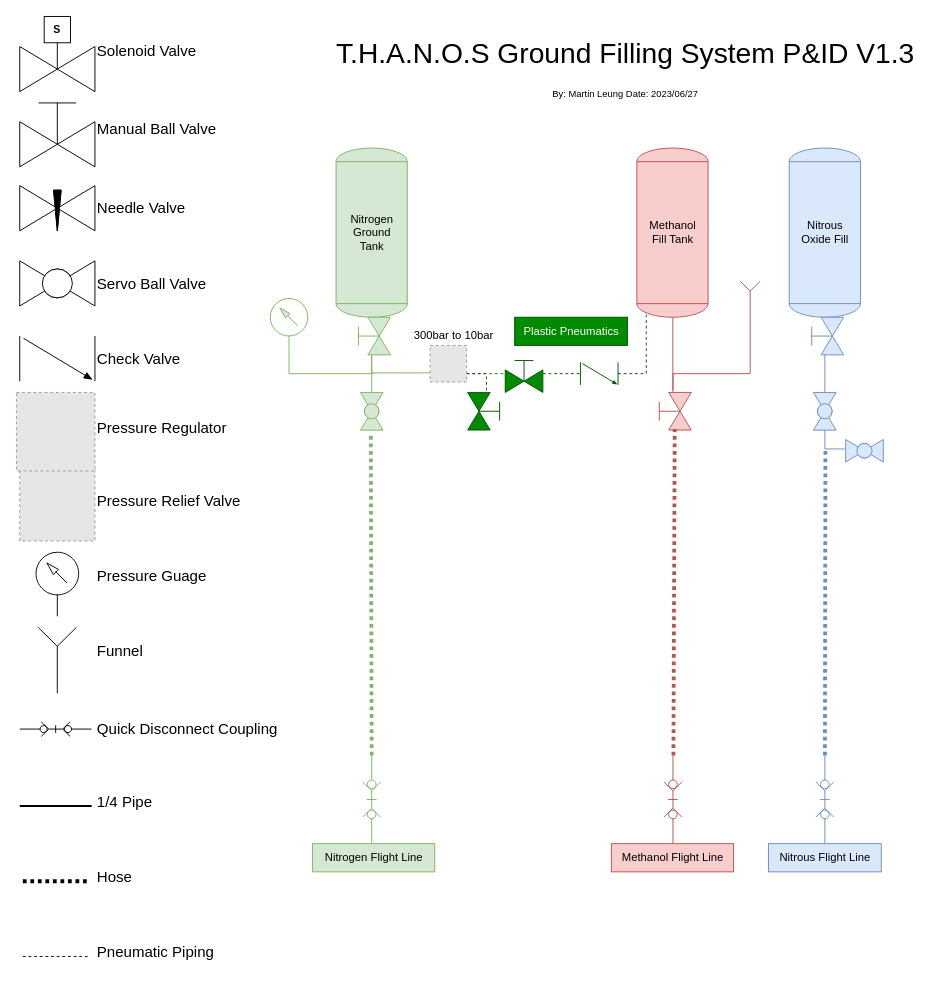
This is GroundSystems.drawio from icl-rocketry/Propulsion-PIDs, a draw.io file, before an edit. Source tidied: cells renumbered, new cells numbered last; positions are measured from the earlier drawing's top-left corner, leaving out a move shared by most shapes. Both pictures are drawn from the tidied source at 94%, with x=0, y=0 at pixel (16, 16). Pictures stored in the file or linked from it are replaced by grey dashed boxes.
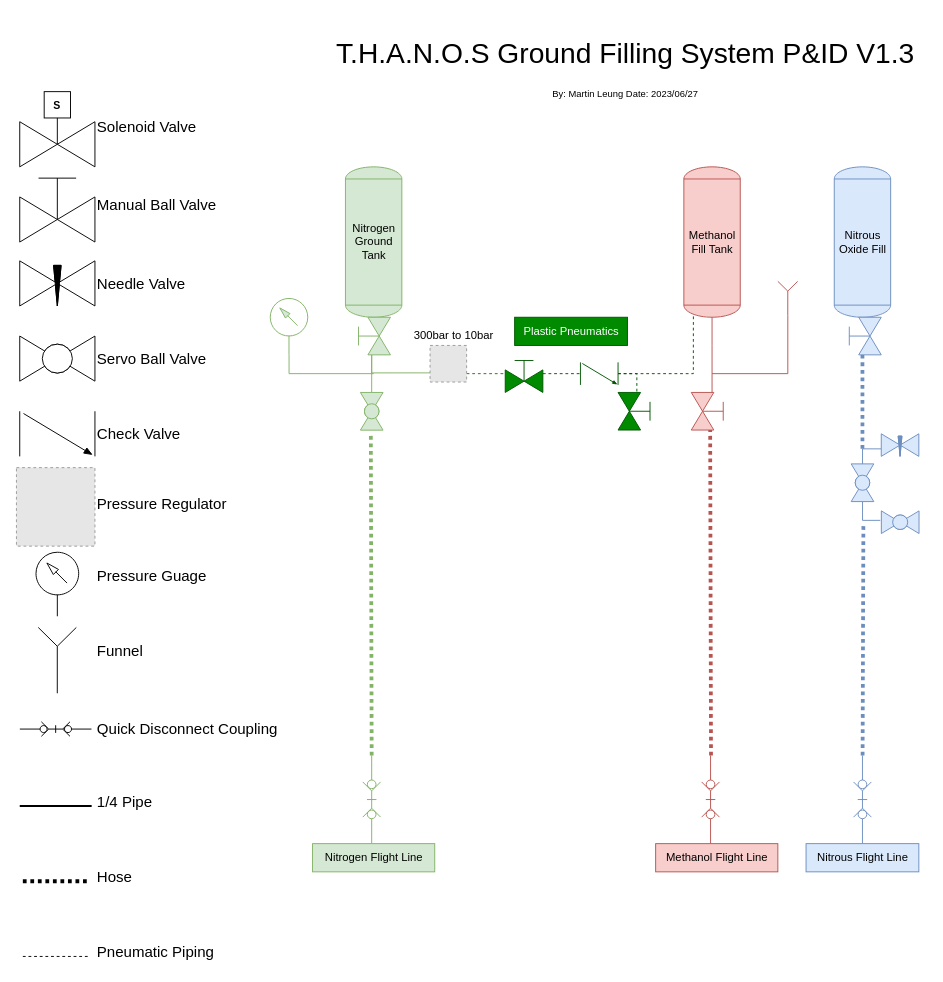
Above is the later version.

Unchanged cells that the change refers to:
```xml
<mxCell id="20" style="verticalLabelPosition=bottom;align=center;html=1;verticalAlign=top;dashed=0;shape=mxgraph.pid2valves.valve;valveType=check;rotation=0;fillColor=#008a00;strokeColor=#005700;fontColor=#ffffff;" parent="1" vertex="1">
  <mxGeometry x="600" y="368" width="40" height="24" as="geometry" />
</mxCell>
<mxCell id="24" style="fillColor=#E6E6E6;strokeColor=#999999;dashed=1;verticalLabelPosition=bottom;labelBackgroundColor=default;verticalAlign=top;" parent="1" vertex="1">
  <mxGeometry x="440" y="350" width="38.9" height="38.9" as="geometry" />
</mxCell>
```

The edit, as a diff of the source:
```diff
@@
+    <mxCell id="66" style="edgeStyle=orthogonalEdgeStyle;rounded=0;jettySize=auto;html=1;endArrow=none;endFill=0;fillColor=#f8cecc;strokeColor=#b85450;" parent="1" edge="1" source="2">
+      <mxGeometry relative="1" as="geometry">
+        <mxPoint x="740" y="380" as="targetPoint" />
+      </mxGeometry>
+    </mxCell>
     <mxCell id="2" value="Methanol&lt;br&gt;Fill Tank" style="shape=mxgraph.pid.vessels.tank;html=1;align=center;verticalLabelPosition=middle;verticalAlign=middle;dashed=0;labelPosition=center;fillColor=#f8cecc;strokeColor=#b85450;" parent="1" vertex="1">
-      <mxGeometry x="660" y="140" width="75.8" height="180" as="geometry" />
+      <mxGeometry x="710" y="160" width="60" height="160" as="geometry" />
     </mxCell>
     <mxCell id="3" value="Nitrous&lt;br&gt;Oxide Fill" style="shape=mxgraph.pid.vessels.tank;html=1;align=center;verticalLabelPosition=middle;verticalAlign=middle;dashed=0;labelPosition=center;fillColor=#dae8fc;strokeColor=#6c8ebf;" parent="1" vertex="1">
-      <mxGeometry x="822.1" y="140" width="75.8" height="180" as="geometry" />
+      <mxGeometry x="870" y="160" width="60" height="160" as="geometry" />
     </mxCell>
     <mxCell id="4" style="verticalLabelPosition=bottom;align=center;html=1;verticalAlign=top;dashed=0;shape=mxgraph.pid2valves.valve;valveType=check;rotation=0;" parent="1" vertex="1">
-      <mxGeometry x="3.5" y="340" width="80" height="48" as="geometry" />
+      <mxGeometry x="3.5" y="420" width="80" height="48" as="geometry" />
     </mxCell>
     <mxCell id="5" style="verticalLabelPosition=bottom;align=center;html=1;verticalAlign=top;dashed=0;shape=mxgraph.pid2valves.valve;valveType=gate;actuator=solenoid;rotation=0;" parent="1" vertex="1">
-      <mxGeometry x="3.5" width="80" height="80" as="geometry" />
+      <mxGeometry x="3.5" y="80" width="80" height="80" as="geometry" />
     </mxCell>
@@
     <mxCell id="7" value="Solenoid Valve" style="text;html=1;align=left;verticalAlign=middle;fontSize=16;" parent="1" vertex="1">
-      <mxGeometry x="83.5" y="21.9" width="130" height="30" as="geometry" />
+      <mxGeometry x="83.5" y="101.9" width="130" height="30" as="geometry" />
     </mxCell>
     <mxCell id="8" value="Pressure Regulator" style="text;html=1;align=left;verticalAlign=middle;fontSize=16;" parent="1" vertex="1">
-      <mxGeometry x="83.5" y="423" width="160" height="30" as="geometry" />
+      <mxGeometry x="83.5" y="503" width="160" height="30" as="geometry" />
     </mxCell>
@@
     <mxCell id="10" value="Nitrogen&lt;br&gt;Ground&lt;br&gt;Tank" style="shape=mxgraph.pid.vessels.tank;html=1;align=center;verticalLabelPosition=middle;verticalAlign=middle;dashed=0;labelPosition=center;fillColor=#d5e8d4;strokeColor=#82b366;" parent="1" vertex="1">
-      <mxGeometry x="340" y="140" width="75.8" height="180" as="geometry" />
+      <mxGeometry x="350" y="160" width="60" height="160" as="geometry" />
     </mxCell>
@@
-    <mxCell id="17" style="edgeStyle=orthogonalEdgeStyle;rounded=0;orthogonalLoop=1;jettySize=auto;html=1;endArrow=none;endFill=0;fillColor=#f8cecc;strokeColor=#b85450;" parent="1" edge="1">
-      <mxGeometry relative="1" as="geometry">
-        <mxPoint x="698.3" y="400" as="sourcePoint" />
-        <mxPoint x="698.3" y="320" as="targetPoint" />
-      </mxGeometry>
-    </mxCell>
-    <mxCell id="18" style="verticalLabelPosition=bottom;align=center;html=1;verticalAlign=top;dashed=0;shape=mxgraph.pid2valves.valve;valveType=gate;actuator=man;rotation=-90;fillColor=#f8cecc;strokeColor=#b85450;" parent="1" vertex="1">
-      <mxGeometry x="677.9" y="400" width="40" height="40" as="geometry" />
+    <mxCell id="18" style="verticalLabelPosition=bottom;align=center;html=1;verticalAlign=top;dashed=0;shape=mxgraph.pid2valves.valve;valveType=gate;actuator=man;rotation=90;fillColor=#f8cecc;strokeColor=#b85450;" parent="1" vertex="1">
+      <mxGeometry x="717.9" y="400" width="40" height="40" as="geometry" />
     </mxCell>
-    <mxCell id="19" style="edgeStyle=orthogonalEdgeStyle;rounded=0;jettySize=auto;html=1;endArrow=none;endFill=0;entryX=0.127;entryY=0.979;entryDx=0;entryDy=0;entryPerimeter=0;fillColor=#008a00;strokeColor=#005700;dashed=1;" parent="1" edge="1" source="20" target="2">
+    <mxCell id="19" style="edgeStyle=orthogonalEdgeStyle;rounded=0;jettySize=auto;html=1;endArrow=none;endFill=0;fillColor=#008a00;strokeColor=#005700;dashed=1;entryX=0.169;entryY=0.994;entryDx=0;entryDy=0;entryPerimeter=0;" parent="1" edge="1" source="20" target="2">
       <mxGeometry relative="1" as="geometry">
         <Array as="points">
-          <mxPoint x="670" y="380" />
-          <mxPoint x="670" y="318" />
-          <mxPoint x="670" y="318" />
+          <mxPoint x="720" y="380" />
         </Array>
       </mxGeometry>
     </mxCell>
+    <mxCell id="67" style="edgeStyle=orthogonalEdgeStyle;rounded=0;jettySize=auto;html=1;entryX=0;entryY=0.5;entryDx=0;entryDy=0;entryPerimeter=0;fillColor=#008a00;strokeColor=#005700;endArrow=none;endFill=0;dashed=1;" parent="1" edge="1" source="20" target="65">
+      <mxGeometry relative="1" as="geometry">
+        <Array as="points">
+          <mxPoint x="660" y="380" />
+        </Array>
+      </mxGeometry>
+    </mxCell>
@@
+    <mxCell id="68" style="edgeStyle=orthogonalEdgeStyle;rounded=0;jettySize=auto;html=1;endArrow=none;endFill=0;fillColor=#dae8fc;strokeColor=#6c8ebf;dashed=1;dashPattern=1 1;strokeWidth=4;" parent="1" edge="1" source="21">
+      <mxGeometry relative="1" as="geometry">
+        <mxPoint x="900" y="460" as="targetPoint" />
+      </mxGeometry>
+    </mxCell>
     <mxCell id="21" style="verticalLabelPosition=bottom;align=center;html=1;verticalAlign=top;dashed=0;shape=mxgraph.pid2valves.valve;valveType=gate;actuator=man;rotation=-90;fillColor=#dae8fc;strokeColor=#6c8ebf;" parent="1" vertex="1">
-      <mxGeometry x="840" y="320" width="40" height="40" as="geometry" />
+      <mxGeometry x="880" y="320" width="40" height="40" as="geometry" />
     </mxCell>
@@
-    <mxCell id="23" style="edgeStyle=orthogonalEdgeStyle;rounded=0;jettySize=auto;html=1;endArrow=none;endFill=0;fillColor=#008a00;strokeColor=#005700;dashed=1;" parent="1" edge="1" source="24">
-      <mxGeometry relative="1" as="geometry">
-        <mxPoint x="500" y="400" as="targetPoint" />
-        <Array as="points">
-          <mxPoint x="500" y="380" />
-        </Array>
-      </mxGeometry>
-    </mxCell>
@@
-    <mxCell id="27" style="edgeStyle=orthogonalEdgeStyle;rounded=0;jettySize=auto;html=1;entryX=1.063;entryY=0.516;entryDx=0;entryDy=0;entryPerimeter=0;fillColor=#f8cecc;strokeColor=#b85450;endArrow=none;endFill=0;" parent="1" edge="1" source="28" target="18">
+    <mxCell id="27" style="edgeStyle=orthogonalEdgeStyle;rounded=0;jettySize=auto;html=1;fillColor=#f8cecc;strokeColor=#b85450;endArrow=none;endFill=0;" parent="1" edge="1" source="28">
       <mxGeometry relative="1" as="geometry">
+        <mxPoint x="740" y="400" as="targetPoint" />
         <Array as="points">
-          <mxPoint x="781" y="380" />
-          <mxPoint x="699" y="380" />
+          <mxPoint x="821" y="380" />
+          <mxPoint x="740" y="380" />
         </Array>
       </mxGeometry>
     </mxCell>
     <mxCell id="28" style="verticalLabelPosition=bottom;align=center;dashed=0;html=1;verticalAlign=top;shape=mxgraph.pid.fittings.funnel;fillColor=#f8cecc;strokeColor=#b85450;" parent="1" vertex="1">
-      <mxGeometry x="770" y="281.8" width="21.1" height="36.4" as="geometry" />
+      <mxGeometry x="810" y="281.8" width="21.1" height="36.4" as="geometry" />
     </mxCell>
-    <mxCell id="29" style="edgeStyle=orthogonalEdgeStyle;rounded=0;jettySize=auto;html=1;endArrow=none;endFill=0;fillColor=#dae8fc;strokeColor=#6c8ebf;" parent="1" edge="1" source="21" target="31">
-      <mxGeometry relative="1" as="geometry" />
-    </mxCell>
     <mxCell id="30" style="edgeStyle=orthogonalEdgeStyle;rounded=0;jettySize=auto;html=1;entryX=1.028;entryY=0.582;entryDx=0;entryDy=0;entryPerimeter=0;endArrow=none;endFill=0;fillColor=#dae8fc;strokeColor=#6c8ebf;" parent="1" edge="1" source="31" target="52">
       <mxGeometry relative="1" as="geometry">
         <Array as="points">
-          <mxPoint x="860.1" y="460" />
+          <mxPoint x="900.2" y="536" />
         </Array>
       </mxGeometry>
     </mxCell>
+    <mxCell id="69" style="edgeStyle=orthogonalEdgeStyle;rounded=0;jettySize=auto;html=1;entryX=0;entryY=0.667;entryDx=0;entryDy=0;entryPerimeter=0;endArrow=none;endFill=0;fillColor=#dae8fc;strokeColor=#6c8ebf;" parent="1" edge="1" source="31" target="70">
+      <mxGeometry relative="1" as="geometry">
+        <Array as="points">
+          <mxPoint x="900" y="460" />
+        </Array>
+      </mxGeometry>
+    </mxCell>
     <mxCell id="31" style="verticalLabelPosition=bottom;align=center;html=1;verticalAlign=top;dashed=0;shape=mxgraph.pid2valves.valve;valveType=ball;rotation=-90;fillColor=#dae8fc;strokeColor=#6c8ebf;" parent="1" vertex="1">
-      <mxGeometry x="839.9" y="408" width="40.1" height="24.1" as="geometry" />
+      <mxGeometry x="880" y="484" width="40.1" height="24.1" as="geometry" />
     </mxCell>
@@
     <mxCell id="33" style="verticalLabelPosition=bottom;html=1;verticalAlign=top;fillColor=#f8cecc;align=center;shape=mxgraph.fluid_power.x11740;strokeColor=#b85450;" parent="1" vertex="1">
-      <mxGeometry x="688.9" y="786.2" width="19" height="93.8" as="geometry" />
+      <mxGeometry x="728.9" y="786.2" width="19" height="93.8" as="geometry" />
     </mxCell>
     <mxCell id="34" style="verticalLabelPosition=bottom;html=1;verticalAlign=top;fillColor=#dae8fc;align=center;outlineConnect=0;shape=mxgraph.fluid_power.x11740;points=[[0.5,0,0],[0.5,1,0]];strokeColor=#6c8ebf;" parent="1" vertex="1">
-      <mxGeometry x="850.5" y="786.2" width="19" height="93.8" as="geometry" />
+      <mxGeometry x="890.5" y="786.2" width="19" height="93.8" as="geometry" />
     </mxCell>
     <mxCell id="35" style="verticalLabelPosition=bottom;align=center;html=1;verticalAlign=top;dashed=0;shape=mxgraph.pid2valves.valve;valveType=gate;actuator=man;rotation=0;" parent="1" vertex="1">
-      <mxGeometry x="3.5" y="80" width="80" height="80" as="geometry" />
+      <mxGeometry x="3.5" y="160" width="80" height="80" as="geometry" />
     </mxCell>
@@
-    <mxCell id="37" style="fillColor=#E6E6E6;strokeColor=#999999;dashed=1;verticalLabelPosition=bottom;labelBackgroundColor=default;verticalAlign=top;" parent="1" vertex="1">
-      <mxGeometry x="3.5" y="478" width="80" height="80" as="geometry" />
-    </mxCell>
     <mxCell id="38" style="verticalLabelPosition=bottom;align=center;html=1;verticalAlign=top;dashed=0;shape=mxgraph.pid2valves.valve;valveType=ball;rotation=0;" parent="1" vertex="1">
-      <mxGeometry x="3.5" y="260" width="80" height="48" as="geometry" />
+      <mxGeometry x="3.5" y="340" width="80" height="48" as="geometry" />
     </mxCell>
     <mxCell id="39" style="fillColor=#E6E6E6;strokeColor=#999999;dashed=1;verticalLabelPosition=bottom;labelBackgroundColor=default;verticalAlign=top;" parent="1" vertex="1">
-      <mxGeometry y="400" width="83.5" height="83.5" as="geometry" />
+      <mxGeometry y="480" width="83.5" height="83.5" as="geometry" />
     </mxCell>
@@
     <mxCell id="41" style="verticalLabelPosition=bottom;align=center;html=1;verticalAlign=top;dashed=0;shape=mxgraph.pid2valves.valve;valveType=needle;rotation=0;" parent="1" vertex="1">
-      <mxGeometry x="3.5" y="180" width="80" height="48" as="geometry" />
+      <mxGeometry x="3.5" y="260" width="80" height="48" as="geometry" />
     </mxCell>
@@
-    <mxCell id="47" value="Pressure Relief Valve" style="text;html=1;align=left;verticalAlign=middle;fontSize=16;" parent="1" vertex="1">
-      <mxGeometry x="83.5" y="500" width="180" height="30" as="geometry" />
-    </mxCell>
     <mxCell id="48" value="Check Valve" style="text;html=1;align=left;verticalAlign=middle;fontSize=16;" parent="1" vertex="1">
-      <mxGeometry x="83.5" y="349" width="110" height="30" as="geometry" />
+      <mxGeometry x="83.5" y="429" width="110" height="30" as="geometry" />
     </mxCell>
     <mxCell id="49" value="Servo Ball Valve" style="text;html=1;align=left;verticalAlign=middle;fontSize=16;" parent="1" vertex="1">
-      <mxGeometry x="83.5" y="269" width="140" height="30" as="geometry" />
+      <mxGeometry x="83.5" y="349" width="140" height="30" as="geometry" />
     </mxCell>
     <mxCell id="50" value="Needle Valve" style="text;html=1;align=left;verticalAlign=middle;fontSize=16;" parent="1" vertex="1">
-      <mxGeometry x="83.5" y="189" width="120" height="30" as="geometry" />
+      <mxGeometry x="83.5" y="269" width="120" height="30" as="geometry" />
     </mxCell>
     <mxCell id="51" value="Manual Ball Valve" style="text;html=1;align=left;verticalAlign=middle;fontSize=16;" parent="1" vertex="1">
-      <mxGeometry x="83.5" y="105" width="150" height="30" as="geometry" />
+      <mxGeometry x="83.5" y="185" width="150" height="30" as="geometry" />
     </mxCell>
     <mxCell id="52" style="verticalLabelPosition=bottom;align=center;html=1;verticalAlign=top;dashed=0;shape=mxgraph.pid2valves.valve;valveType=ball;rotation=-180;fillColor=#dae8fc;strokeColor=#6c8ebf;" parent="1" vertex="1">
-      <mxGeometry x="882.1" y="450" width="40.1" height="24.1" as="geometry" />
+      <mxGeometry x="920.1" y="526" width="40.1" height="24.1" as="geometry" />
     </mxCell>
@@
     <mxCell id="56" value="Methanol Flight Line" style="text;html=1;align=center;verticalAlign=middle;strokeColor=#b85450;fillColor=#f8cecc;" parent="1" vertex="1">
-      <mxGeometry x="632.9" y="880" width="130" height="30" as="geometry" />
+      <mxGeometry x="680" y="880" width="130" height="30" as="geometry" />
     </mxCell>
     <mxCell id="57" value="Nitrous Flight Line" style="text;html=1;align=center;verticalAlign=middle;strokeColor=#6c8ebf;fillColor=#dae8fc;" parent="1" vertex="1">
-      <mxGeometry x="800" y="880" width="120" height="30" as="geometry" />
+      <mxGeometry x="840" y="880" width="120" height="30" as="geometry" />
     </mxCell>
@@
-    <mxCell id="59" style="endArrow=none;dashed=1;html=1;rounded=0;entryX=0.029;entryY=0.559;entryDx=0;entryDy=0;entryPerimeter=0;exitX=0.5;exitY=0;exitDx=0;exitDy=0;exitPerimeter=0;strokeWidth=4;dashPattern=1 1;fillColor=#f8cecc;strokeColor=#b85450;" parent="1" edge="1" target="18">
+    <mxCell id="59" style="endArrow=none;dashed=1;html=1;rounded=0;exitX=0.5;exitY=0;exitDx=0;exitDy=0;exitPerimeter=0;strokeWidth=4;dashPattern=1 1;fillColor=#f8cecc;strokeColor=#b85450;" parent="1" edge="1">
       <mxGeometry relative="1" as="geometry">
-        <mxPoint x="698.9" y="786.2" as="sourcePoint" />
+        <mxPoint x="738.9" y="786.2" as="sourcePoint" />
+        <mxPoint x="738" y="440" as="targetPoint" />
       </mxGeometry>
     </mxCell>
     <mxCell id="60" style="endArrow=none;dashed=1;html=1;rounded=0;strokeWidth=4;dashPattern=1 1;fillColor=#dae8fc;strokeColor=#6c8ebf;" parent="1" edge="1" source="34">
       <mxGeometry relative="1" as="geometry">
-        <mxPoint x="860.6" y="460" as="targetPoint" />
+        <mxPoint x="901" y="540" as="targetPoint" />
       </mxGeometry>
     </mxCell>
@@
     <mxCell id="65" style="verticalLabelPosition=bottom;align=center;html=1;verticalAlign=top;dashed=0;shape=mxgraph.pid2valves.valve;valveType=gate;actuator=man;rotation=90;fillColor=#008a00;strokeColor=#005700;fontColor=#ffffff;" parent="1" vertex="1">
-      <mxGeometry x="480" y="400" width="40" height="40" as="geometry" />
+      <mxGeometry x="640" y="400" width="40" height="40" as="geometry" />
     </mxCell>
+    <mxCell id="70" style="verticalLabelPosition=bottom;align=center;html=1;verticalAlign=top;dashed=0;shape=mxgraph.pid2valves.valve;valveType=needle;rotation=0;fillColor=#dae8fc;strokeColor=#6c8ebf;" parent="1" vertex="1">
+      <mxGeometry x="920" y="444" width="40" height="24" as="geometry" />
+    </mxCell>
```
